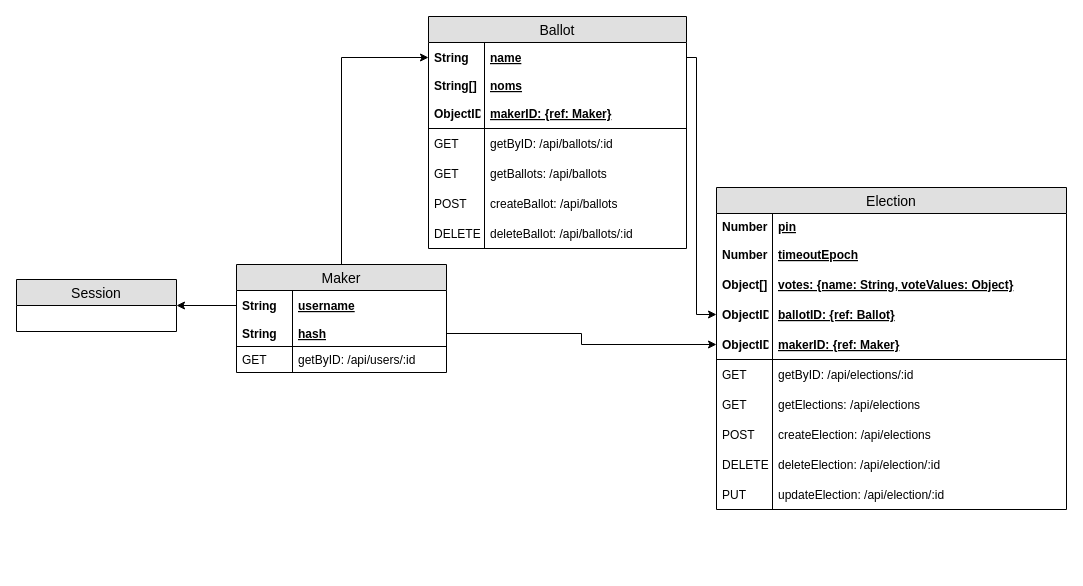
Before: docs/bcw-capstone-schemas.drawio in NasKevin/cautious, a draw.io diagram. Source tidied: cells renumbered, new cells numbered last; positions are measured from the earlier drawing's top-left corner, leaving out a move shared by most shapes. Both pictures are drawn from the tidied source at 100%, with x=0, y=0 at pixel (16, 16).
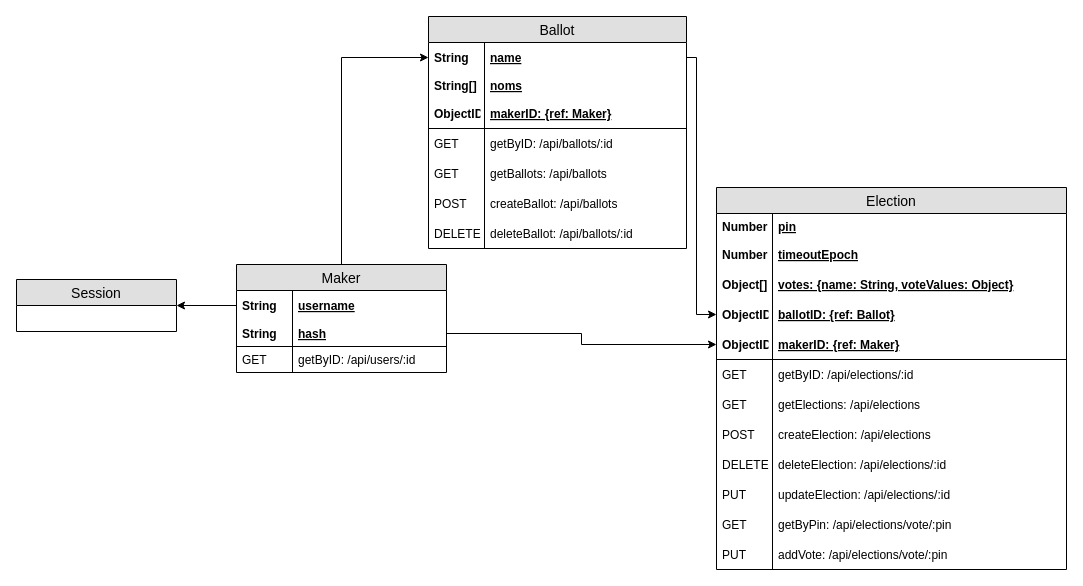
The same diagram, later.

The edit, as a diff of the source:
```diff
@@
     <mxCell id="27" value="Election" style="swimlane;fontStyle=0;horizontal=1;startSize=26;fillColor=#e0e0e0;swimlaneFillColor=#ffffff;align=center;fontSize=14;" parent="1" vertex="1">
-      <mxGeometry x="700" y="171" width="350" height="322" as="geometry" />
+      <mxGeometry x="700" y="171" width="350" height="382" as="geometry" />
     </mxCell>
@@
-    <mxCell id="44" value="deleteElection: /api/election/:id" style="shape=partialRectangle;top=0;left=0;right=0;bottom=0;align=left;verticalAlign=middle;fillColor=none;spacingLeft=60;spacingRight=4;overflow=hidden;fontStyle=0;fontSize=12;" parent="27" vertex="1">
+    <mxCell id="44" value="deleteElection: /api/elections/:id" style="shape=partialRectangle;top=0;left=0;right=0;bottom=0;align=left;verticalAlign=middle;fillColor=none;spacingLeft=60;spacingRight=4;overflow=hidden;fontStyle=0;fontSize=12;" parent="27" vertex="1">
       <mxGeometry y="262" width="350" height="30" as="geometry" />
     </mxCell>
@@
-    <mxCell id="46" value="updateElection: /api/election/:id" style="shape=partialRectangle;top=0;left=0;right=0;bottom=0;align=left;verticalAlign=middle;fillColor=none;spacingLeft=60;spacingRight=4;overflow=hidden;fontStyle=0;fontSize=12;" parent="27" vertex="1">
+    <mxCell id="46" value="updateElection: /api/elections/:id" style="shape=partialRectangle;top=0;left=0;right=0;bottom=0;align=left;verticalAlign=middle;fillColor=none;spacingLeft=60;spacingRight=4;overflow=hidden;fontStyle=0;fontSize=12;" parent="27" vertex="1">
       <mxGeometry y="292" width="350" height="30" as="geometry" />
     </mxCell>
@@
+    <mxCell id="50" value="getByPin: /api/elections/vote/:pin" style="shape=partialRectangle;top=0;left=0;right=0;bottom=0;align=left;verticalAlign=middle;fillColor=none;spacingLeft=60;spacingRight=4;overflow=hidden;fontStyle=0;fontSize=12;" parent="27" vertex="1">
+      <mxGeometry y="322" width="350" height="30" as="geometry" />
+    </mxCell>
+    <mxCell id="51" value="GET" style="shape=partialRectangle;fontStyle=0;top=0;left=0;bottom=0;fillColor=none;align=left;verticalAlign=middle;spacingLeft=4;spacingRight=4;overflow=hidden;fontSize=12;" parent="50" vertex="1">
+      <mxGeometry width="56" height="30" as="geometry" />
+    </mxCell>
+    <mxCell id="52" value="addVote: /api/elections/vote/:pin" style="shape=partialRectangle;top=0;left=0;right=0;bottom=0;align=left;verticalAlign=middle;fillColor=none;spacingLeft=60;spacingRight=4;overflow=hidden;fontStyle=0;fontSize=12;" parent="27" vertex="1">
+      <mxGeometry y="352" width="350" height="30" as="geometry" />
+    </mxCell>
+    <mxCell id="53" value="PUT" style="shape=partialRectangle;fontStyle=0;top=0;left=0;bottom=0;fillColor=none;align=left;verticalAlign=middle;spacingLeft=4;spacingRight=4;overflow=hidden;fontSize=12;" parent="52" vertex="1">
+      <mxGeometry width="56" height="30" as="geometry" />
+    </mxCell>
```
